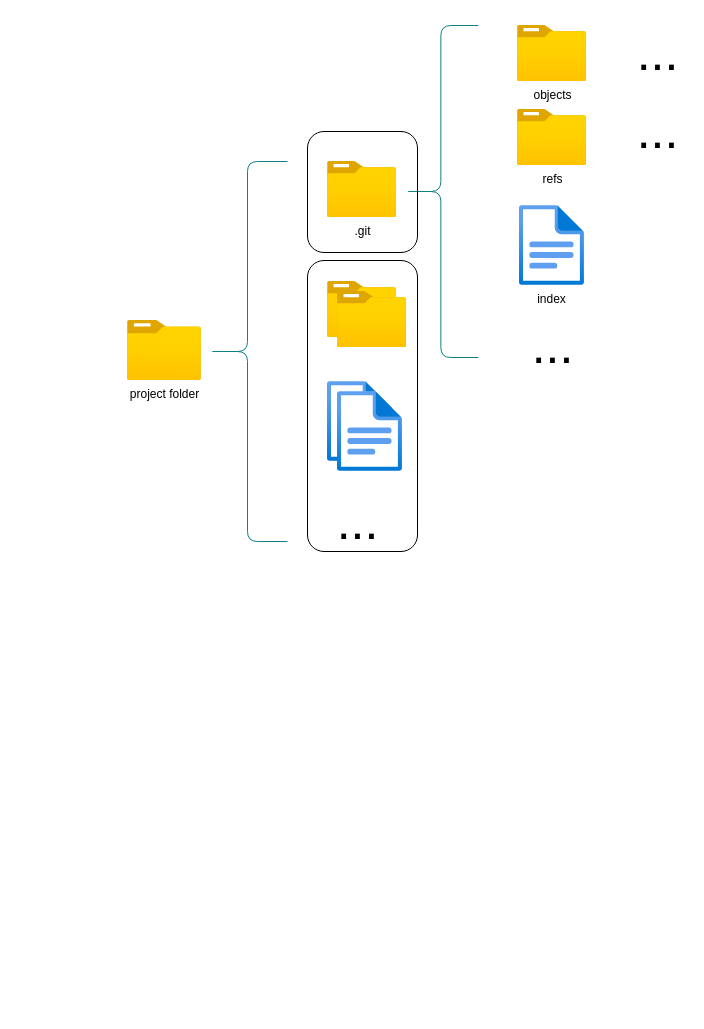
The draw.io diagram page "repository" (2 of 12) of git.drawio in hanning0511/git, before the edit. Source tidied: cells renumbered, new cells numbered last; positions are measured from the earlier drawing's top-left corner, leaving out a move shared by most shapes. Both pictures are drawn from the tidied source at 100%, with x=0, y=0 at pixel (127, 17).
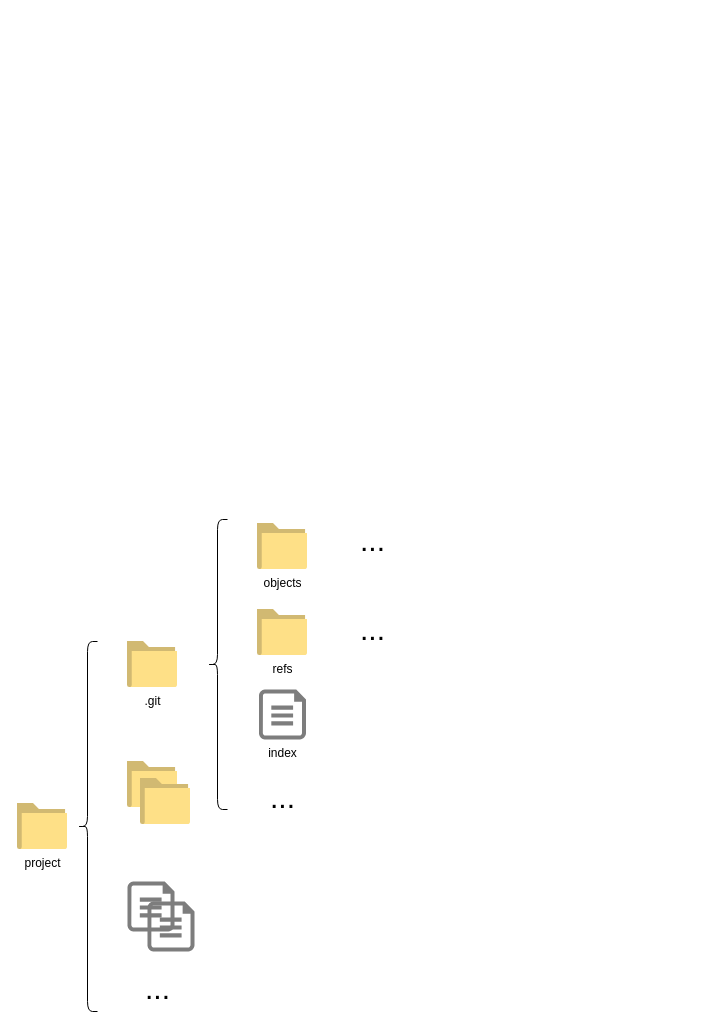
The same page after the edit.

Diff of the diagram source:
```diff
@@
 <mxGraphModel>
   <root>
     <mxCell id="0" />
     <mxCell id="1" parent="0" />
-    <mxCell id="2" value="project folder" style="html=1;align=center;image;fontSize=12;image=img/lib/azure2/general/Folder_Blank.svg;" parent="1" vertex="1">
-      <mxGeometry y="303" width="73.9" height="60" as="geometry" />
-    </mxCell>
+    <mxCell id="19" value="project" style="html=1;perimeter=none;align=center;shadow=0;dashed=0;image;fontSize=12;image=img/lib/mscae/FolderBlank.svg;" parent="1" vertex="1">
+      <mxGeometry x="-110" y="786" width="50" height="46" as="geometry" />
+    </mxCell>
-    <mxCell id="3" value=".git" style="html=1;align=center;image;fontSize=12;image=img/lib/azure2/general/Folder_Blank.svg;" parent="1" vertex="1">
-      <mxGeometry x="200" y="144" width="69" height="56" as="geometry" />
+    <mxCell id="3" value=".git" style="html=1;perimeter=none;align=center;shadow=0;dashed=0;image;fontSize=12;image=img/lib/mscae/FolderBlank.svg;" parent="1" vertex="1">
+      <mxGeometry y="624" width="50" height="46" as="geometry" />
     </mxCell>
+    <mxCell id="20" style="html=1;perimeter=none;align=center;shadow=0;dashed=0;image;fontSize=12;image=img/lib/mscae/FolderBlank.svg;" parent="1" vertex="1">
+      <mxGeometry y="744" width="50" height="46" as="geometry" />
+    </mxCell>
+    <mxCell id="21" style="html=1;perimeter=none;align=center;shadow=0;dashed=0;image;fontSize=12;image=img/lib/mscae/FolderBlank.svg;" parent="1" vertex="1">
+      <mxGeometry x="13" y="761" width="50" height="46" as="geometry" />
+    </mxCell>
+    <mxCell id="22" style="shadow=0;dashed=0;html=1;strokeColor=none;labelPosition=center;verticalLabelPosition=bottom;verticalAlign=top;align=center;shape=mxgraph.azure.file;fillColor=#7D7D7D;" parent="1" vertex="1">
+      <mxGeometry y="864" width="47" height="50" as="geometry" />
+    </mxCell>
+    <mxCell id="11" value="index" style="shadow=0;dashed=0;html=1;strokeColor=none;labelPosition=center;verticalLabelPosition=bottom;verticalAlign=top;align=center;shape=mxgraph.azure.file;fillColor=#7D7D7D;" parent="1" vertex="1">
+      <mxGeometry x="131.5" y="672" width="47" height="50" as="geometry" />
+    </mxCell>
+    <mxCell id="23" style="shape=curlyBracket;whiteSpace=wrap;html=1;rounded=1;" parent="1" vertex="1">
+      <mxGeometry x="-50" y="624" width="20" height="370" as="geometry" />
+    </mxCell>
+    <mxCell id="24" value="..." style="text;html=1;align=center;verticalAlign=middle;spacingTop=-4;fontSize=30;" parent="1" vertex="1">
+      <mxGeometry x="15" y="963" width="30" height="20" as="geometry" />
+    </mxCell>
-    <mxCell id="4" value="objects" style="html=1;align=center;image;fontSize=12;image=img/lib/azure2/general/Folder_Blank.svg;" parent="1" vertex="1">
-      <mxGeometry x="390" y="8" width="69" height="56" as="geometry" />
+    <mxCell id="4" value="objects" style="html=1;perimeter=none;align=center;shadow=0;dashed=0;image;fontSize=12;image=img/lib/mscae/FolderBlank.svg;" parent="1" vertex="1">
+      <mxGeometry x="130" y="506" width="50" height="46" as="geometry" />
     </mxCell>
-    <mxCell id="5" value="refs" style="html=1;align=center;image;fontSize=12;image=img/lib/azure2/general/Folder_Blank.svg;" parent="1" vertex="1">
-      <mxGeometry x="390" y="92" width="69" height="56" as="geometry" />
+    <mxCell id="5" value="refs" style="html=1;perimeter=none;align=center;shadow=0;dashed=0;image;fontSize=12;image=img/lib/mscae/FolderBlank.svg;" parent="1" vertex="1">
+      <mxGeometry x="130" y="592" width="50" height="46" as="geometry" />
     </mxCell>
-    <mxCell id="6" style="html=1;align=center;image;fontSize=12;image=img/lib/azure2/general/Folder_Blank.svg;" parent="1" vertex="1">
-      <mxGeometry x="200" y="264" width="69" height="56" as="geometry" />
-    </mxCell>
-    <mxCell id="7" style="html=1;align=center;image;fontSize=12;image=img/lib/azure2/general/Folder_Blank.svg;" parent="1" vertex="1">
-      <mxGeometry x="210" y="274" width="69" height="56" as="geometry" />
-    </mxCell>
-    <mxCell id="8" style="html=1;align=center;image;fontSize=12;image=img/lib/azure2/general/File.svg;" parent="1" vertex="1">
-      <mxGeometry x="200" y="364" width="64.9" height="80" as="geometry" />
-    </mxCell>
-    <mxCell id="9" style="html=1;align=center;image;fontSize=12;image=img/lib/azure2/general/File.svg;" parent="1" vertex="1">
-      <mxGeometry x="210" y="374" width="64.9" height="80" as="geometry" />
-    </mxCell>
-    <mxCell id="10" style="shape=curlyBracket;whiteSpace=wrap;html=1;rounded=1;fillColor=#b0e3e6;strokeColor=#0e8088;" parent="1" vertex="1">
-      <mxGeometry x="80" y="144" width="80" height="380" as="geometry" />
-    </mxCell>
-    <mxCell id="11" value="index" style="html=1;align=center;image;fontSize=12;image=img/lib/azure2/general/File.svg;" parent="1" vertex="1">
-      <mxGeometry x="392" y="188" width="64.9" height="80" as="geometry" />
-    </mxCell>
-    <mxCell id="12" style="shape=curlyBracket;whiteSpace=wrap;html=1;rounded=1;fillColor=#b0e3e6;strokeColor=#0e8088;" parent="1" vertex="1">
-      <mxGeometry x="275.9" y="8" width="74.9" height="332" as="geometry" />
-    </mxCell>
-    <mxCell id="13" value="..." style="text;html=1;align=center;verticalAlign=middle;strokeColor=none;fillColor=none;fontSize=50;" parent="1" vertex="1">
-      <mxGeometry x="200" y="469" width="60" height="70" as="geometry" />
-    </mxCell>
-    <mxCell id="14" value="..." style="text;html=1;align=center;verticalAlign=middle;strokeColor=none;fillColor=none;fontSize=50;" parent="1" vertex="1">
-      <mxGeometry x="394.5" y="293" width="60" height="70" as="geometry" />
-    </mxCell>
-    <mxCell id="15" value="..." style="text;html=1;align=center;verticalAlign=middle;strokeColor=none;fillColor=none;fontSize=50;" parent="1" vertex="1">
-      <mxGeometry x="500" width="60" height="70" as="geometry" />
-    </mxCell>
-    <mxCell id="16" value="..." style="text;html=1;align=center;verticalAlign=middle;strokeColor=none;fillColor=none;fontSize=50;" parent="1" vertex="1">
-      <mxGeometry x="500" y="78" width="60" height="70" as="geometry" />
-    </mxCell>
-    <mxCell id="17" style="rounded=1;whiteSpace=wrap;html=1;fontSize=50;fillColor=none;" parent="1" vertex="1">
-      <mxGeometry x="180" y="243" width="110" height="291" as="geometry" />
-    </mxCell>
-    <mxCell id="18" style="rounded=1;whiteSpace=wrap;html=1;fontSize=50;fillColor=none;" parent="1" vertex="1">
-      <mxGeometry x="180" y="114" width="110" height="121" as="geometry" />
-    </mxCell>
+    <mxCell id="25" style="shadow=0;dashed=0;html=1;strokeColor=none;labelPosition=center;verticalLabelPosition=bottom;verticalAlign=top;align=center;shape=mxgraph.azure.file;fillColor=#7D7D7D;" parent="1" vertex="1">
+      <mxGeometry x="20" y="884" width="47" height="50" as="geometry" />
+    </mxCell>
+    <mxCell id="26" value="..." style="text;html=1;align=center;verticalAlign=middle;spacingTop=-4;fontSize=30;" parent="1" vertex="1">
+      <mxGeometry x="140" y="772" width="30" height="20" as="geometry" />
+    </mxCell>
+    <mxCell id="27" style="shape=curlyBracket;whiteSpace=wrap;html=1;rounded=1;" parent="1" vertex="1">
+      <mxGeometry x="80" y="502" width="20" height="290" as="geometry" />
+    </mxCell>
+    <mxCell id="28" value="..." style="text;html=1;align=center;verticalAlign=middle;spacingTop=-4;fontSize=30;" parent="1" vertex="1">
+      <mxGeometry x="230" y="515" width="30" height="20" as="geometry" />
+    </mxCell>
+    <mxCell id="29" value="..." style="text;html=1;align=center;verticalAlign=middle;spacingTop=-4;fontSize=30;" parent="1" vertex="1">
+      <mxGeometry x="230" y="604" width="30" height="20" as="geometry" />
+    </mxCell>
   </root>
 </mxGraphModel>
```
